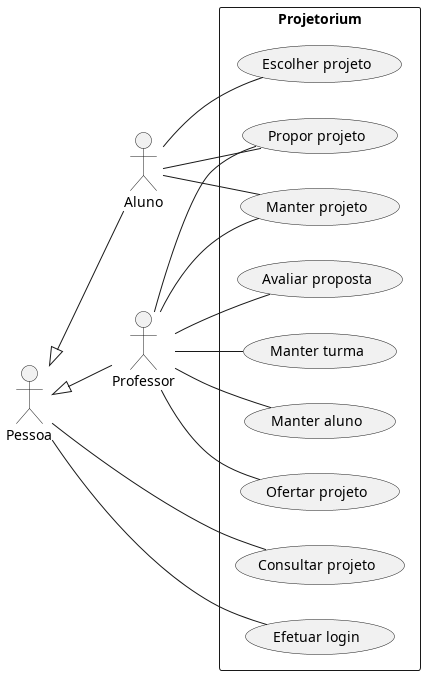
The PlantUML diagram diagramas/usecase.png in Pedro-V/projetorium, before a commit.
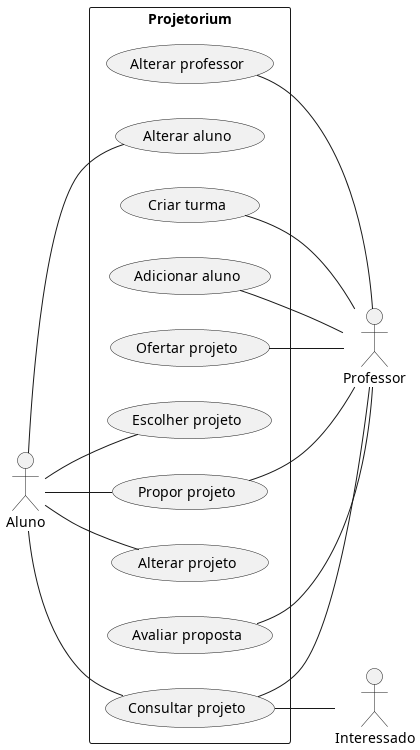
The same file after the commit.

Commit message:
png do diagrama usecase

What changed in the source:
```diff
@@ -1,36 +1,38 @@
 @startuml
 left to right direction
-:Pessoa: as Pessoa
 :Aluno: as Aluno
 :Professor: as Professor
-
-Pessoa <|-- Aluno
-Pessoa <|-- Professor
+:Interessado: as Interessado
 
 rectangle "Projetorium" {
+    (Alterar professor) as AltProf
+    (Alterar aluno) as AltAlun
+
+    (Criar turma) as CriTurm
+    (Adicionar aluno) as AddAluno
+
+    (Ofertar projeto) as OfertProj
+    (Escolher projeto) as EscProj
+    (Propor projeto) as PropProj
+    (Alterar projeto) as AltProj
+    (Avaliar proposta) as AvalProp
+
     (Consultar projeto) as ConsProj
-    (Propor projeto) as PropProj
-    (Ofertar projeto) as OfertProj
-    (Manter projeto) as MantProj
-    (Efetuar login) as EfetLog
-    (Manter turma) as MantTurm
-    (Manter aluno) as MantAlun
-    (Avaliar proposta) as AvalProp
-    (Escolher projeto) as EscProj
 }
-
-Pessoa -- ConsProj
-Pessoa -- EfetLog
 
 Aluno -- PropProj
 Aluno -- EscProj
-Aluno -- MantProj
+Aluno -- AltAlun
+Aluno -- ConsProj
+Aluno -- AltProj
 
-Professor -- MantAlun
-Professor -- MantTurm
-Professor -- MantProj
-Professor -- PropProj
-Professor -- AvalProp
-Professor -- OfertProj
+AltProf   -- Professor
+CriTurm   -- Professor
+PropProj  -- Professor
+AvalProp  -- Professor
+OfertProj -- Professor
+ConsProj  -- Professor
+AddAluno  -- Professor
 
+ConsProj -- Interessado
 @enduml
```
